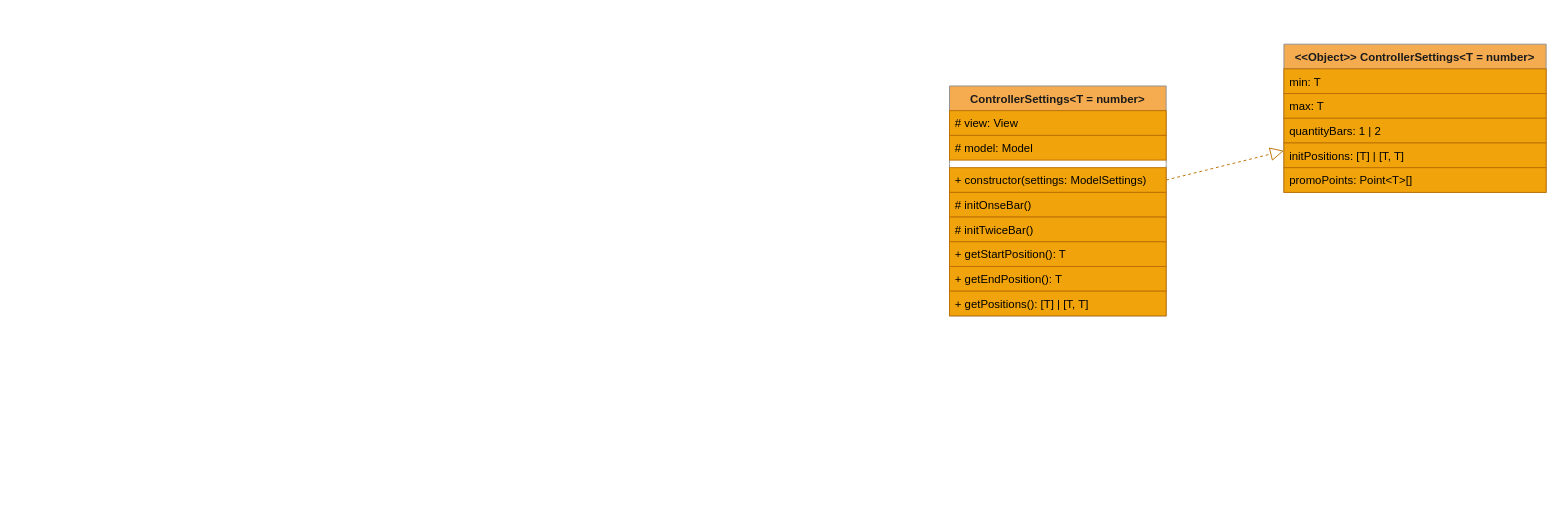
This is page "Controller" (6 of 6) of src/components/simple/slider/slider.drawio from ArhDemetriy/Slider, a draw.io file, before an edit. Source tidied: cells renumbered, new cells numbered last; positions are measured from the earlier drawing's top-left corner, leaving out a move shared by most shapes. Both pictures are drawn from the tidied source at 95%, with x=0, y=0 at pixel (949, 44).
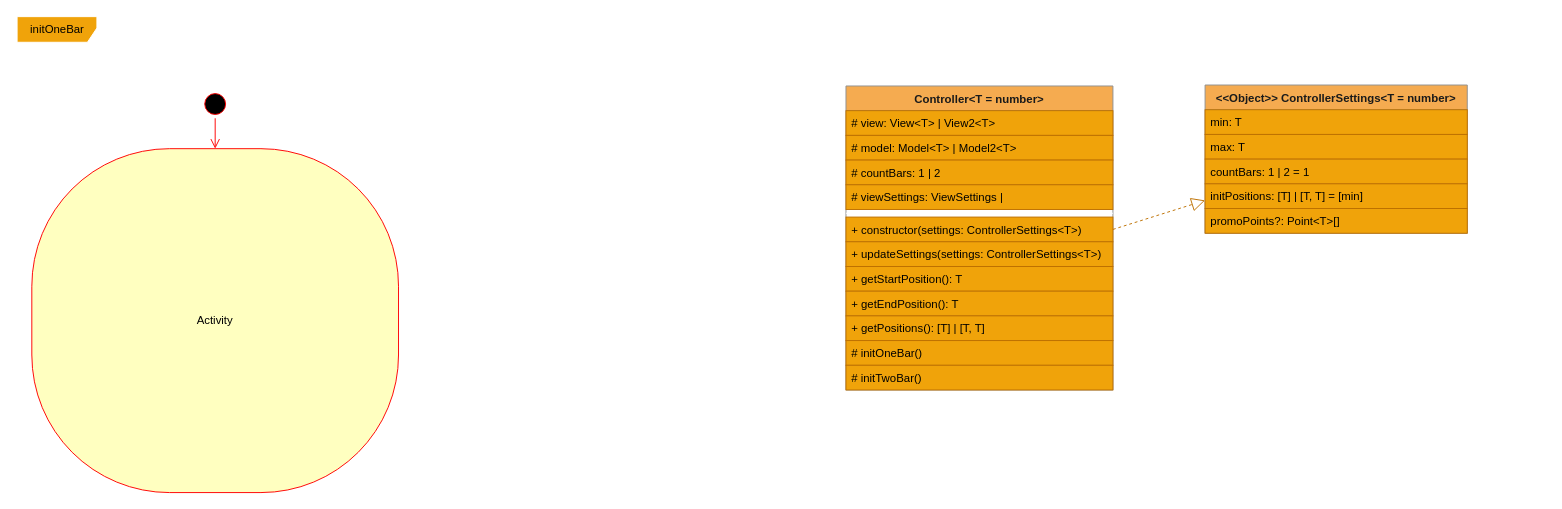
Above is the later version.

Commit message (it also covers changes not shown here):
ref: types in Controller ref: Controller in UML

What changed in the source:
```diff
@@
+    <mxCell id="20" style="ellipse;html=1;shape=startState;fillColor=#000000;strokeColor=#ff0000;" parent="1" vertex="1">
+      <mxGeometry x="-788" y="48" width="30" height="30" as="geometry" />
+    </mxCell>
+    <mxCell id="21" style="edgeStyle=orthogonalEdgeStyle;html=1;verticalAlign=bottom;endArrow=open;endSize=8;strokeColor=#ff0000;" parent="1" edge="1" source="20" target="22">
+      <mxGeometry relative="1" as="geometry" />
+    </mxCell>
+    <mxCell id="22" value="Activity" style="rounded=1;whiteSpace=wrap;html=1;arcSize=40;fontColor=#000000;fillColor=#ffffc0;strokeColor=#ff0000;" parent="1" vertex="1">
+      <mxGeometry x="-966" y="110" width="386" height="362" as="geometry" />
+    </mxCell>
+    <mxCell id="23" value="&lt;span style=&quot;text-align: left&quot;&gt;initOneBar&lt;/span&gt;" style="shape=umlFrame;whiteSpace=wrap;html=1;rounded=0;sketch=0;strokeColor=#FFFFFF;fillColor=#F0A30A;gradientColor=none;fontColor=#000000;width=84;height=27;" parent="1" vertex="1">
+      <mxGeometry x="-981.5" y="-29" width="417" height="54" as="geometry" />
+    </mxCell>
@@
-    <mxCell id="3" value="ControllerSettings&lt;T = number&gt;" style="swimlane;fontStyle=1;align=center;verticalAlign=top;horizontal=1;startSize=26;rounded=0;sketch=0;strokeColor=#909090;fillColor=#F5AB50;fontColor=#1A1A1A;" parent="2" vertex="1">
-      <mxGeometry y="44" width="228" height="242" as="geometry" />
+    <mxCell id="3" value="Controller&lt;T = number&gt;" style="swimlane;fontStyle=1;align=center;verticalAlign=top;horizontal=1;startSize=26;rounded=0;sketch=0;strokeColor=#909090;fillColor=#F5AB50;fontColor=#1A1A1A;" parent="2" vertex="1">
+      <mxGeometry x="-109" y="44" width="281" height="320" as="geometry" />
     </mxCell>
-    <mxCell id="4" value="# view: View" style="text;fillColor=#f0a30a;align=left;verticalAlign=top;spacingLeft=4;spacingRight=4;overflow=hidden;strokeColor=#BD7000;fontColor=#000000;" parent="3" vertex="1">
-      <mxGeometry y="26" width="228" height="26" as="geometry" />
+    <mxCell id="4" value="# view: View&lt;T&gt; | View2&lt;T&gt;" style="text;fillColor=#f0a30a;align=left;verticalAlign=top;spacingLeft=4;spacingRight=4;overflow=hidden;strokeColor=#BD7000;fontColor=#000000;" parent="3" vertex="1">
+      <mxGeometry y="26" width="281" height="26" as="geometry" />
     </mxCell>
+    <mxCell id="24" value="# model: Model&lt;T&gt; | Model2&lt;T&gt;" style="text;fillColor=#f0a30a;align=left;verticalAlign=top;spacingLeft=4;spacingRight=4;overflow=hidden;strokeColor=#BD7000;fontColor=#000000;" parent="3" vertex="1">
+      <mxGeometry y="52" width="281" height="26" as="geometry" />
+    </mxCell>
+    <mxCell id="25" value="# countBars: 1 | 2" style="text;fillColor=#f0a30a;align=left;verticalAlign=top;spacingLeft=4;spacingRight=4;overflow=hidden;strokeColor=#BD7000;fontColor=#000000;" parent="3" vertex="1">
+      <mxGeometry y="78" width="281" height="26" as="geometry" />
+    </mxCell>
-    <mxCell id="5" value="# model: Model" style="text;fillColor=#f0a30a;align=left;verticalAlign=top;spacingLeft=4;spacingRight=4;overflow=hidden;strokeColor=#BD7000;fontColor=#000000;" parent="3" vertex="1">
-      <mxGeometry y="52" width="228" height="26" as="geometry" />
+    <mxCell id="5" value="# viewSettings: ViewSettings |" style="text;fillColor=#f0a30a;align=left;verticalAlign=top;spacingLeft=4;spacingRight=4;overflow=hidden;strokeColor=#BD7000;fontColor=#000000;" parent="3" vertex="1">
+      <mxGeometry y="104" width="281" height="26" as="geometry" />
     </mxCell>
     <mxCell id="6" style="line;strokeWidth=1;align=left;verticalAlign=middle;spacingTop=-1;spacingLeft=3;spacingRight=3;labelPosition=right;fillColor=#F0A30A;strokeColor=#FFFFFF;" parent="3" vertex="1">
-      <mxGeometry y="78" width="228" height="8" as="geometry" />
+      <mxGeometry y="130" width="281" height="8" as="geometry" />
     </mxCell>
-    <mxCell id="7" value="+ constructor(settings: ModelSettings)" style="text;align=left;verticalAlign=top;spacingLeft=4;spacingRight=4;overflow=hidden;points=[[0,0.5],[1,0.5]];portConstraint=eastwest;strokeColor=#BD7000;fontColor=#000000;fillColor=#F0A30A;" parent="3" vertex="1">
-      <mxGeometry y="86" width="228" height="26" as="geometry" />
+    <mxCell id="7" value="+ constructor(settings: ControllerSettings&lt;T&gt;)" style="text;align=left;verticalAlign=top;spacingLeft=4;spacingRight=4;overflow=hidden;points=[[0,0.5],[1,0.5]];portConstraint=eastwest;strokeColor=#BD7000;fontColor=#000000;fillColor=#F0A30A;" parent="3" vertex="1">
+      <mxGeometry y="138" width="281" height="26" as="geometry" />
     </mxCell>
-    <mxCell id="8" value="# initOnseBar()" style="text;align=left;verticalAlign=top;spacingLeft=4;spacingRight=4;overflow=hidden;strokeColor=#BD7000;fontColor=#000000;fillColor=#F0A30A;" parent="3" vertex="1">
-      <mxGeometry y="112" width="228" height="26" as="geometry" />
-    </mxCell>
-    <mxCell id="9" value="# initTwiceBar()" style="text;align=left;verticalAlign=top;spacingLeft=4;spacingRight=4;overflow=hidden;strokeColor=#BD7000;fontColor=#000000;fillColor=#F0A30A;" parent="3" vertex="1">
-      <mxGeometry y="138" width="228" height="26" as="geometry" />
-    </mxCell>
+    <mxCell id="26" value="+ updateSettings(settings: ControllerSettings&lt;T&gt;)" style="text;align=left;verticalAlign=top;spacingLeft=4;spacingRight=4;overflow=hidden;strokeColor=#BD7000;fontColor=#000000;fillColor=#F0A30A;" parent="3" vertex="1">
+      <mxGeometry y="164" width="281" height="26" as="geometry" />
+    </mxCell>
     <mxCell id="10" value="+ getStartPosition(): T" style="text;align=left;verticalAlign=top;spacingLeft=4;spacingRight=4;overflow=hidden;strokeColor=#BD7000;fontColor=#000000;fillColor=#F0A30A;" parent="3" vertex="1">
-      <mxGeometry y="164" width="228" height="26" as="geometry" />
+      <mxGeometry y="190" width="281" height="26" as="geometry" />
     </mxCell>
     <mxCell id="11" value="+ getEndPosition(): T" style="text;align=left;verticalAlign=top;spacingLeft=4;spacingRight=4;overflow=hidden;strokeColor=#BD7000;fontColor=#000000;fillColor=#F0A30A;" parent="3" vertex="1">
-      <mxGeometry y="190" width="228" height="26" as="geometry" />
+      <mxGeometry y="216" width="281" height="26" as="geometry" />
     </mxCell>
     <mxCell id="12" value="+ getPositions(): [T] | [T, T]" style="text;align=left;verticalAlign=top;spacingLeft=4;spacingRight=4;overflow=hidden;strokeColor=#BD7000;fontColor=#000000;fillColor=#F0A30A;" parent="3" vertex="1">
-      <mxGeometry y="216" width="228" height="26" as="geometry" />
+      <mxGeometry y="242" width="281" height="26" as="geometry" />
     </mxCell>
+    <mxCell id="8" value="# initOneBar()" style="text;align=left;verticalAlign=top;spacingLeft=4;spacingRight=4;overflow=hidden;strokeColor=#BD7000;fontColor=#000000;fillColor=#F0A30A;" parent="3" vertex="1">
+      <mxGeometry y="268" width="281" height="26" as="geometry" />
+    </mxCell>
+    <mxCell id="9" value="# initTwoBar()" style="text;align=left;verticalAlign=top;spacingLeft=4;spacingRight=4;overflow=hidden;strokeColor=#BD7000;fontColor=#000000;fillColor=#F0A30A;" parent="3" vertex="1">
+      <mxGeometry y="294" width="281" height="26" as="geometry" />
+    </mxCell>
-    <mxCell id="13" value="&lt;&lt;Object&gt;&gt; ControllerSettings&lt;T = number&gt;" style="swimlane;fontStyle=1;align=center;verticalAlign=top;horizontal=1;startSize=26;rounded=0;sketch=0;strokeColor=#909090;fillColor=#F5AB50;fontColor=#1A1A1A;" parent="2" vertex="1">
-      <mxGeometry x="352" width="276" height="156" as="geometry" />
+    <mxCell id="13" value="&lt;&lt;Object&gt;&gt; ControllerSettings&lt;T = number&gt;" style="swimlane;fontStyle=1;align=center;verticalAlign=top;horizontal=1;startSize=26;rounded=0;sketch=0;strokeColor=#909090;fillColor=#F5AB50;fontColor=#1A1A1A;glass=0;swimlaneLine=1;" parent="2" vertex="1">
+      <mxGeometry x="269" y="43" width="276" height="156" as="geometry" />
     </mxCell>
@@
-    <mxCell id="16" value="quantityBars: 1 | 2" style="text;fillColor=#f0a30a;align=left;verticalAlign=top;spacingLeft=4;spacingRight=4;overflow=hidden;strokeColor=#BD7000;fontColor=#000000;" parent="13" vertex="1">
+    <mxCell id="16" value="countBars: 1 | 2 = 1" style="text;fillColor=#f0a30a;align=left;verticalAlign=top;spacingLeft=4;spacingRight=4;overflow=hidden;strokeColor=#BD7000;fontColor=#000000;" parent="13" vertex="1">
       <mxGeometry y="78" width="276" height="26" as="geometry" />
     </mxCell>
-    <mxCell id="17" value="initPositions: [T] | [T, T]" style="text;fillColor=#f0a30a;align=left;verticalAlign=top;spacingLeft=4;spacingRight=4;overflow=hidden;strokeColor=#BD7000;fontColor=#000000;" parent="13" vertex="1">
+    <mxCell id="17" value="initPositions: [T] | [T, T] = [min]" style="text;fillColor=#f0a30a;align=left;verticalAlign=top;spacingLeft=4;spacingRight=4;overflow=hidden;strokeColor=#BD7000;fontColor=#000000;" parent="13" vertex="1">
       <mxGeometry y="104" width="276" height="26" as="geometry" />
     </mxCell>
-    <mxCell id="18" value="promoPoints: Point&lt;T&gt;[]" style="text;fillColor=#f0a30a;align=left;verticalAlign=top;spacingLeft=4;spacingRight=4;overflow=hidden;strokeColor=#BD7000;fontColor=#000000;" parent="13" vertex="1">
+    <mxCell id="18" value="promoPoints?: Point&lt;T&gt;[]" style="text;fillColor=#f0a30a;align=left;verticalAlign=top;spacingLeft=4;spacingRight=4;overflow=hidden;strokeColor=#BD7000;fontColor=#000000;" parent="13" vertex="1">
       <mxGeometry y="130" width="276" height="26" as="geometry" />
     </mxCell>
```
